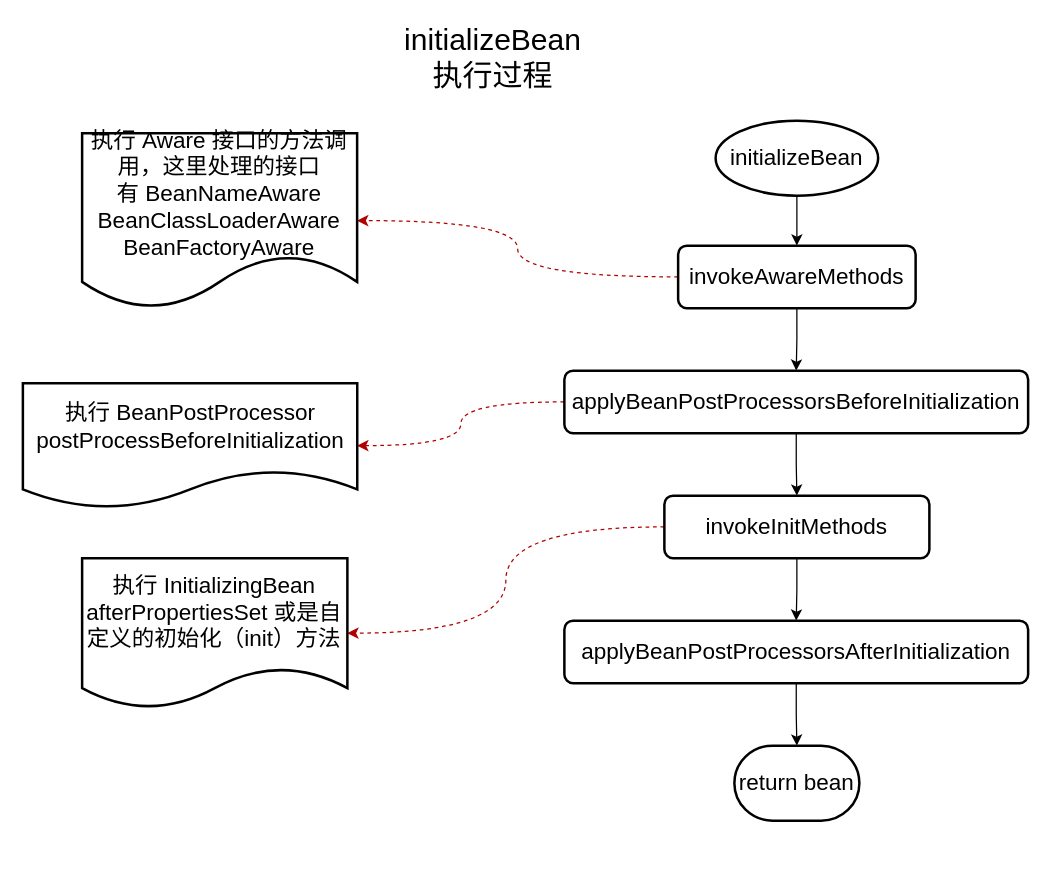
The draw.io diagram spring/initializeBean.drawio in GitHeP/diagrams, before the edit. Source tidied: cells renumbered, new cells numbered last; positions are measured from the earlier drawing's top-left corner, leaving out a move shared by most shapes. Both pictures are drawn from the tidied source at 125%, with x=0, y=0 at pixel (22, 32).
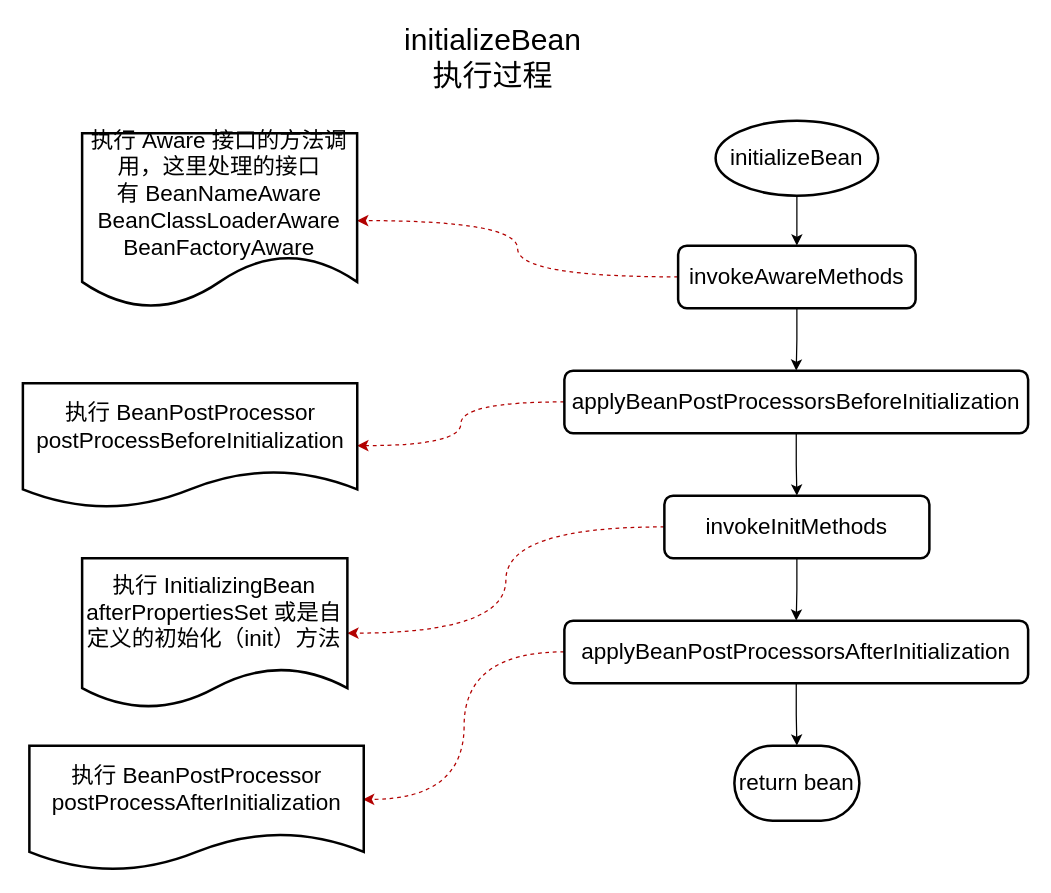
Above is the later version.

The change refers to these unchanged cells:
```xml
<mxCell id="17" value="applyBeanPostProcessorsAfterInitialization" style="rounded=1;whiteSpace=wrap;html=1;absoluteArcSize=1;arcSize=14;strokeWidth=2;fontSize=18;" parent="1" vertex="1">
  <mxGeometry x="433" y="470" width="371" height="50" as="geometry" />
</mxCell>
```

Diff of the diagram source:
```diff
@@
+    <mxCell id="20" style="edgeStyle=orthogonalEdgeStyle;curved=1;jettySize=auto;html=1;entryX=0.998;entryY=0.43;entryDx=0;entryDy=0;entryPerimeter=0;dashed=1;fontSize=24;fillColor=#e51400;strokeColor=#B20000;" parent="1" edge="1" source="17" target="21">
+      <mxGeometry relative="1" as="geometry" />
+    </mxCell>
@@
+    <mxCell id="21" value="执行&amp;nbsp;BeanPostProcessor&lt;br&gt;postProcessAfterInitialization" style="shape=document;whiteSpace=wrap;html=1;boundedLbl=1;fontSize=18;rounded=1;arcSize=14;strokeWidth=2;" parent="1" vertex="1">
+      <mxGeometry x="5" y="570" width="267.5" height="100" as="geometry" />
+    </mxCell>
```
